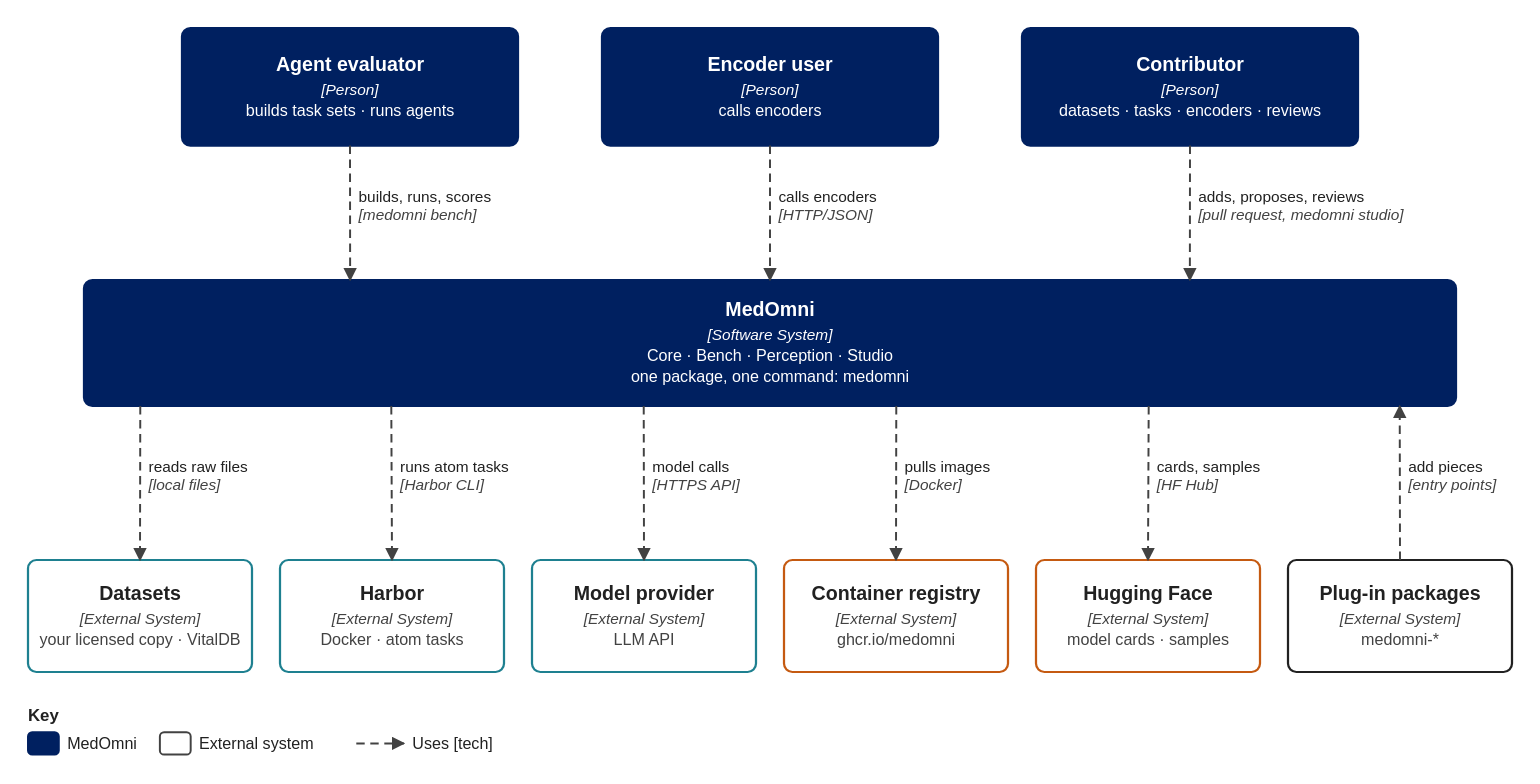
The draw.io diagram docs/assets/c1-context.drawio.svg in medomni/MedOmni, before a commit. Source tidied: cells renumbered, new cells last; positions are measured from the earlier drawing's top-left corner, leaving out a move shared by most shapes.
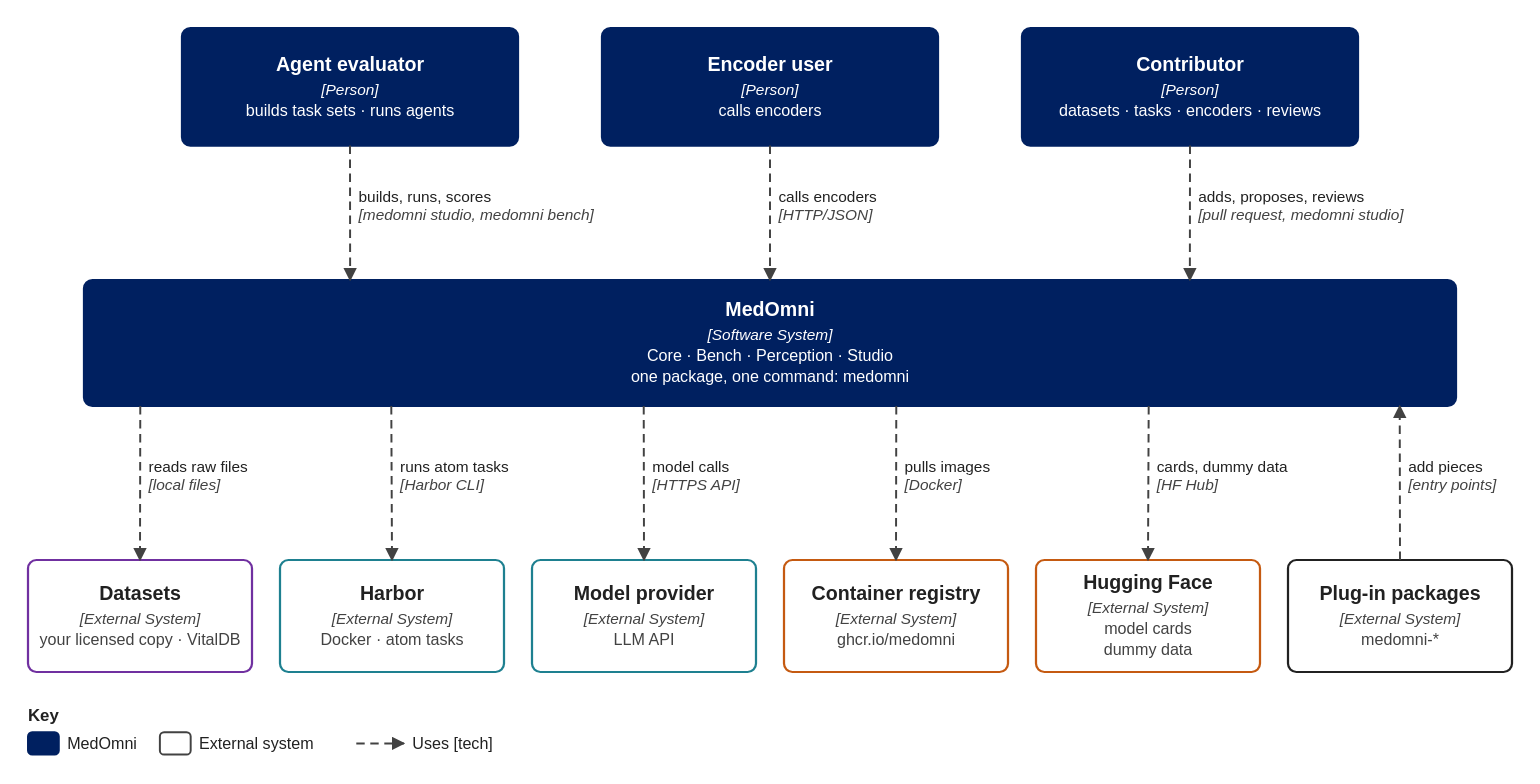
After the change.

Diff of the diagram source:
```diff
@@ -14,7 +14,7 @@
     <mxCell id="5" value="&lt;b style='font-size:14px'&gt;MedOmni&lt;/b&gt;&lt;br&gt;&lt;i style='font-size:11px'&gt;[Software System]&lt;/i&gt;&lt;br&gt;Core · Bench · Perception · Studio&lt;br&gt;one package, one command: medomni" style="rounded=1;arcSize=6;whiteSpace=wrap;html=1;fillColor=#002060;strokeColor=#002060;strokeWidth=1.6;fontColor=#FFFFFF;fontSize=11.5;fontFamily=Helvetica, Arial, sans-serif;" parent="1" vertex="1">
       <mxGeometry x="40" y="180" width="980" height="90" as="geometry" />
     </mxCell>
-    <mxCell id="6" value="&lt;b style='font-size:14px'&gt;Datasets&lt;/b&gt;&lt;br&gt;&lt;i style='font-size:11px'&gt;[External System]&lt;/i&gt;&lt;br&gt;your licensed copy · VitalDB" style="rounded=1;arcSize=6;whiteSpace=wrap;html=1;fillColor=#FFFFFF;strokeColor=#1E8090;strokeWidth=1.6;fontColor=#212121;fontSize=11.5;fontFamily=Helvetica, Arial, sans-serif;" parent="1" vertex="1">
+    <mxCell id="6" value="&lt;b style='font-size:14px'&gt;Datasets&lt;/b&gt;&lt;br&gt;&lt;i style='font-size:11px'&gt;[External System]&lt;/i&gt;&lt;br&gt;your licensed copy · VitalDB" style="rounded=1;arcSize=6;whiteSpace=wrap;html=1;fillColor=#FFFFFF;strokeColor=#7030A0;strokeWidth=1.6;fontColor=#212121;fontSize=11.5;fontFamily=Helvetica, Arial, sans-serif;" parent="1" vertex="1">
       <mxGeometry y="380" width="160" height="80" as="geometry" />
     </mxCell>
     <mxCell id="7" value="&lt;b style='font-size:14px'&gt;Harbor&lt;/b&gt;&lt;br&gt;&lt;i style='font-size:11px'&gt;[External System]&lt;/i&gt;&lt;br&gt;Docker · atom tasks" style="rounded=1;arcSize=6;whiteSpace=wrap;html=1;fillColor=#FFFFFF;strokeColor=#1E8090;strokeWidth=1.6;fontColor=#212121;fontSize=11.5;fontFamily=Helvetica, Arial, sans-serif;" parent="1" vertex="1">
@@ -26,13 +26,13 @@
     <mxCell id="9" value="&lt;b style='font-size:14px'&gt;Container registry&lt;/b&gt;&lt;br&gt;&lt;i style='font-size:11px'&gt;[External System]&lt;/i&gt;&lt;br&gt;ghcr.io/medomni" style="rounded=1;arcSize=6;whiteSpace=wrap;html=1;fillColor=#FFFFFF;strokeColor=#C55A11;strokeWidth=1.6;fontColor=#212121;fontSize=11.5;fontFamily=Helvetica, Arial, sans-serif;" parent="1" vertex="1">
       <mxGeometry x="540" y="380" width="160" height="80" as="geometry" />
     </mxCell>
-    <mxCell id="10" value="&lt;b style='font-size:14px'&gt;Hugging Face&lt;/b&gt;&lt;br&gt;&lt;i style='font-size:11px'&gt;[External System]&lt;/i&gt;&lt;br&gt;model cards · samples" style="rounded=1;arcSize=6;whiteSpace=wrap;html=1;fillColor=#FFFFFF;strokeColor=#C55A11;strokeWidth=1.6;fontColor=#212121;fontSize=11.5;fontFamily=Helvetica, Arial, sans-serif;" parent="1" vertex="1">
+    <mxCell id="10" value="&lt;b style='font-size:14px'&gt;Hugging Face&lt;/b&gt;&lt;br&gt;&lt;i style='font-size:11px'&gt;[External System]&lt;/i&gt;&lt;br&gt;model cards&lt;br&gt;dummy data" style="rounded=1;arcSize=6;whiteSpace=wrap;html=1;fillColor=#FFFFFF;strokeColor=#C55A11;strokeWidth=1.6;fontColor=#212121;fontSize=11.5;fontFamily=Helvetica, Arial, sans-serif;" parent="1" vertex="1">
       <mxGeometry x="720" y="380" width="160" height="80" as="geometry" />
     </mxCell>
     <mxCell id="11" value="&lt;b style='font-size:14px'&gt;Plug-in packages&lt;/b&gt;&lt;br&gt;&lt;i style='font-size:11px'&gt;[External System]&lt;/i&gt;&lt;br&gt;medomni-*" style="rounded=1;arcSize=6;whiteSpace=wrap;html=1;fillColor=#FFFFFF;strokeColor=#212121;strokeWidth=1.6;fontColor=#212121;fontSize=11.5;fontFamily=Helvetica, Arial, sans-serif;" parent="1" vertex="1">
       <mxGeometry x="900" y="380" width="160" height="80" as="geometry" />
     </mxCell>
-    <mxCell id="12" value="builds, runs, scores&lt;br&gt;&lt;i&gt;[medomni bench]&lt;/i&gt;" style="html=1;rounded=0;strokeColor=#424242;strokeWidth=1.4;dashed=1;dashPattern=6 4;endArrow=block;endFill=1;fontSize=11;fontFamily=Helvetica, Arial, sans-serif;labelBackgroundColor=#FFFFFF;" parent="1" edge="1" source="2" target="5">
+    <mxCell id="12" value="builds, runs, scores&lt;br&gt;&lt;i&gt;[medomni studio, medomni bench]&lt;/i&gt;" style="html=1;rounded=0;strokeColor=#424242;strokeWidth=1.4;dashed=1;dashPattern=6 4;endArrow=block;endFill=1;fontSize=11;fontFamily=Helvetica, Arial, sans-serif;labelBackgroundColor=#FFFFFF;" parent="1" edge="1" source="2" target="5">
       <mxGeometry relative="1" as="geometry" />
     </mxCell>
     <mxCell id="13" value="calls encoders&lt;br&gt;&lt;i&gt;[HTTP/JSON]&lt;/i&gt;" style="html=1;rounded=0;strokeColor=#424242;strokeWidth=1.4;dashed=1;dashPattern=6 4;endArrow=block;endFill=1;fontSize=11;fontFamily=Helvetica, Arial, sans-serif;labelBackgroundColor=#FFFFFF;" parent="1" edge="1" source="3" target="5">
@@ -53,7 +53,7 @@
     <mxCell id="18" value="pulls images&lt;br&gt;&lt;i&gt;[Docker]&lt;/i&gt;" style="html=1;rounded=0;strokeColor=#424242;strokeWidth=1.4;dashed=1;dashPattern=6 4;endArrow=block;endFill=1;fontSize=11;fontFamily=Helvetica, Arial, sans-serif;labelBackgroundColor=#FFFFFF;" parent="1" edge="1" source="5" target="9">
       <mxGeometry relative="1" as="geometry" />
     </mxCell>
-    <mxCell id="19" value="cards, samples&lt;br&gt;&lt;i&gt;[HF Hub]&lt;/i&gt;" style="html=1;rounded=0;strokeColor=#424242;strokeWidth=1.4;dashed=1;dashPattern=6 4;endArrow=block;endFill=1;fontSize=11;fontFamily=Helvetica, Arial, sans-serif;labelBackgroundColor=#FFFFFF;" parent="1" edge="1" source="5" target="10">
+    <mxCell id="19" value="cards, dummy data&lt;br&gt;&lt;i&gt;[HF Hub]&lt;/i&gt;" style="html=1;rounded=0;strokeColor=#424242;strokeWidth=1.4;dashed=1;dashPattern=6 4;endArrow=block;endFill=1;fontSize=11;fontFamily=Helvetica, Arial, sans-serif;labelBackgroundColor=#FFFFFF;" parent="1" edge="1" source="5" target="10">
       <mxGeometry relative="1" as="geometry" />
     </mxCell>
     <mxCell id="20" value="add pieces&lt;br&gt;&lt;i&gt;[entry points]&lt;/i&gt;" style="html=1;rounded=0;strokeColor=#424242;strokeWidth=1.4;dashed=1;dashPattern=6 4;endArrow=block;endFill=1;fontSize=11;fontFamily=Helvetica, Arial, sans-serif;labelBackgroundColor=#FFFFFF;" parent="1" edge="1" source="11" target="5">
```
